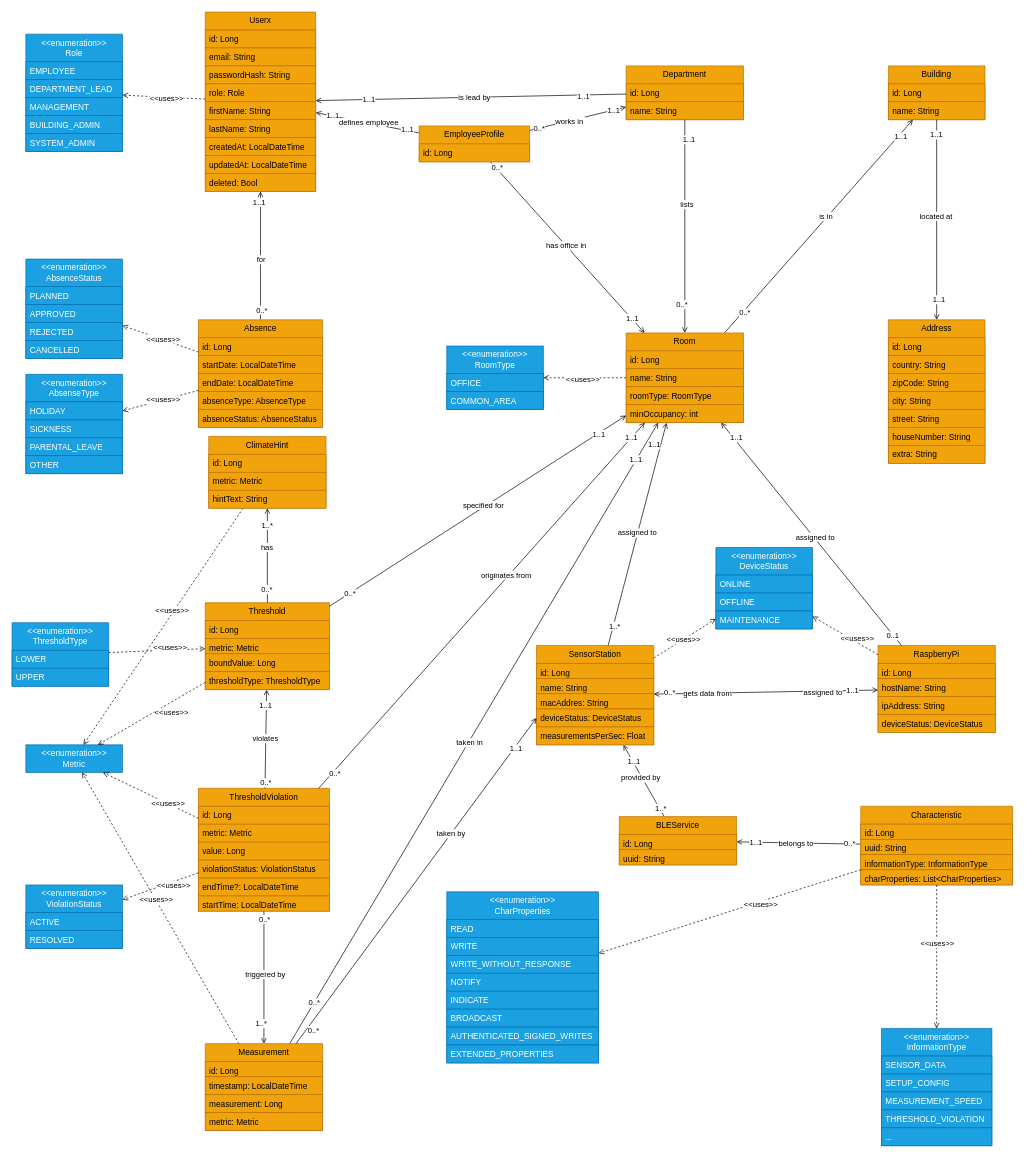
The draw.io diagram docs/Softwarekonzept_V2/images/climate-canary-webapp-backend .drawio in adriano-paganini/ClimateCanary, before the edit. Source tidied: cells renumbered, new cells numbered last; positions are measured from the earlier drawing's top-left corner, leaving out a move shared by most shapes. Both pictures are drawn from the tidied source at 69%, with x=0, y=0 at pixel (12, 12).
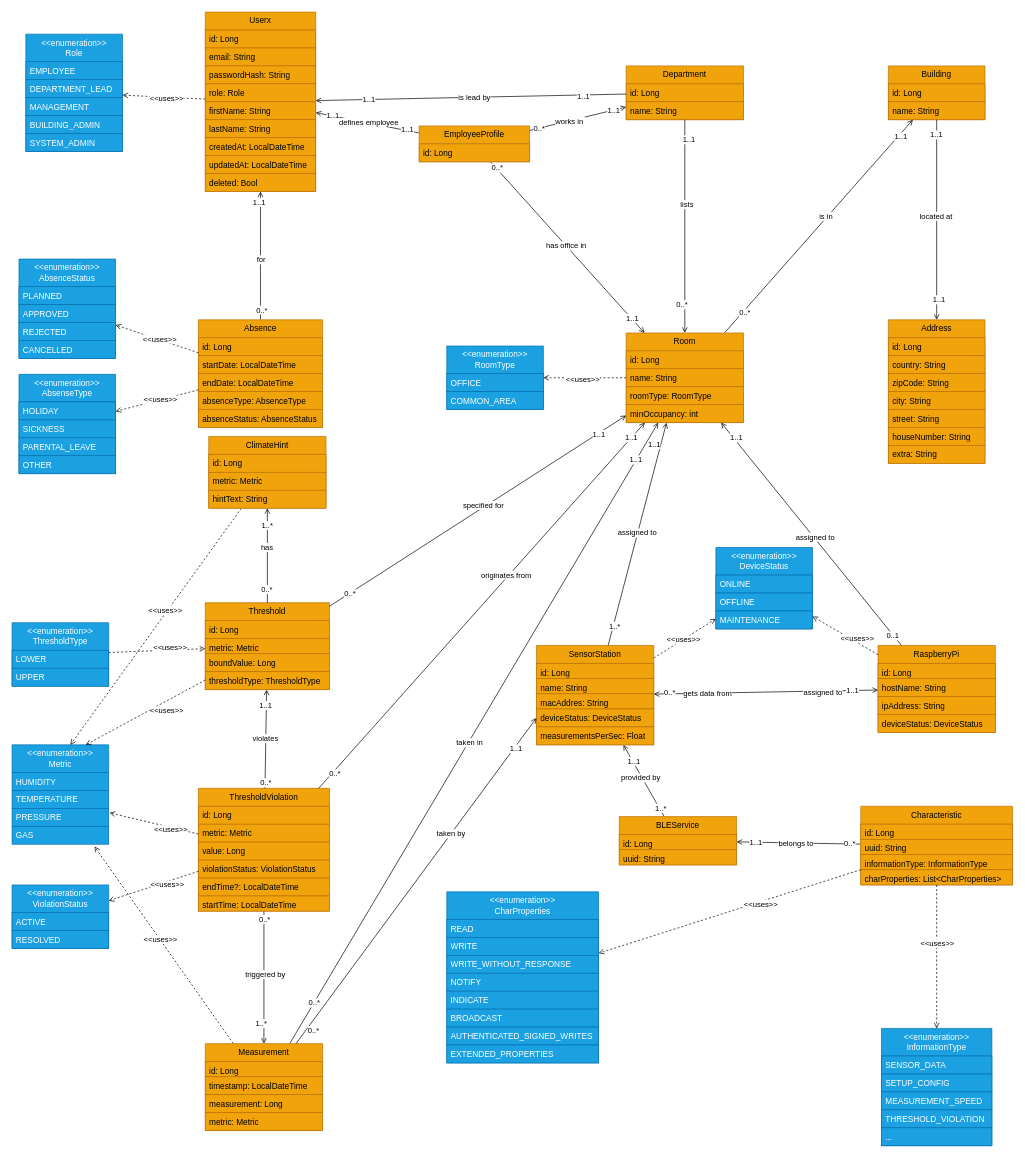
The same page after the edit.

Unchanged cells that the change refers to:
```xml
<mxCell id="98" value="Measurement" style="swimlane;fontStyle=0;horizontal=1;startSize=26;fillColor=#f0a30a;whiteSpace=wrap;html=1;fontColor=#000000;strokeColor=#BD7000;" parent="1" vertex="1">
  <mxGeometry x="280" y="1495" width="170" height="126" as="geometry" />
</mxCell>
<mxCell id="113" value="ThresholdViolation" style="swimlane;fontStyle=0;horizontal=1;startSize=26;fillColor=#f0a30a;whiteSpace=wrap;html=1;fontColor=#000000;strokeColor=#BD7000;" parent="1" vertex="1">
  <mxGeometry x="270" y="1125" width="190" height="178" as="geometry" />
</mxCell>
```

Change to the diagram source:
```diff
@@
     <mxCell id="18" value="&lt;div&gt;&amp;lt;&amp;lt;enumeration&amp;gt;&amp;gt;&lt;/div&gt;AbsenseType" style="swimlane;fontStyle=0;horizontal=1;startSize=40;fillColor=#1ba1e2;whiteSpace=wrap;html=1;fontColor=#ffffff;strokeColor=#006EAF;" parent="1" vertex="1">
-      <mxGeometry x="20" y="525" width="140" height="144" as="geometry" />
+      <mxGeometry x="10" y="525" width="140" height="144" as="geometry" />
     </mxCell>
@@
-    <mxCell id="92" style="rounded=0;jettySize=auto;html=1;dashed=1;endArrow=open;endFill=0;" parent="1" edge="1" source="98" target="108">
+    <mxCell id="92" style="rounded=0;jettySize=auto;html=1;dashed=1;endArrow=open;endFill=0;entryX=0.853;entryY=1.127;entryDx=0;entryDy=0;entryPerimeter=0;" parent="1" edge="1" source="98" target="235">
       <mxGeometry relative="1" as="geometry" />
     </mxCell>
@@
     <mxCell id="108" value="&lt;div&gt;&amp;lt;&amp;lt;enumeration&amp;gt;&amp;gt;&lt;/div&gt;Metric" style="swimlane;fontStyle=0;horizontal=1;startSize=40;fillColor=#1ba1e2;whiteSpace=wrap;html=1;fontColor=#ffffff;strokeColor=#006EAF;" parent="1" vertex="1" collapsed="1">
-      <mxGeometry x="20" y="1062" width="140" height="40" as="geometry" />
+      <mxGeometry y="1062" width="140" height="40" as="geometry" />
     </mxCell>
@@
     <mxCell id="124" value="&lt;div&gt;&amp;lt;&amp;lt;enumeration&amp;gt;&amp;gt;&lt;/div&gt;ViolationStatus" style="swimlane;fontStyle=0;horizontal=1;startSize=40;fillColor=#1ba1e2;whiteSpace=wrap;html=1;fontColor=#ffffff;strokeColor=#006EAF;" parent="1" vertex="1">
-      <mxGeometry x="20" y="1265" width="140" height="92" as="geometry" />
+      <mxGeometry y="1265" width="140" height="92" as="geometry" />
     </mxCell>
@@
     <mxCell id="149" value="&lt;div&gt;&amp;lt;&amp;lt;enumeration&amp;gt;&amp;gt;&lt;/div&gt;AbsenceStatus" style="swimlane;fontStyle=0;horizontal=1;startSize=40;fillColor=#1ba1e2;whiteSpace=wrap;html=1;fontColor=#ffffff;strokeColor=#006EAF;" parent="1" vertex="1">
-      <mxGeometry x="20" y="358" width="140" height="144" as="geometry" />
+      <mxGeometry x="10" y="358" width="140" height="144" as="geometry" />
     </mxCell>
@@
-    <mxCell id="165" style="rounded=0;jettySize=auto;html=1;dashed=1;endArrow=open;endFill=0;" parent="1" edge="1" source="113" target="108">
+    <mxCell id="165" style="rounded=0;jettySize=auto;html=1;dashed=1;endArrow=open;endFill=0;entryX=1.008;entryY=0.246;entryDx=0;entryDy=0;entryPerimeter=0;" parent="1" edge="1" source="113" target="236">
       <mxGeometry relative="1" as="geometry" />
     </mxCell>
@@
+    <mxCell id="233" value="HUMIDITY" style="text;strokeColor=#006EAF;fillColor=#1ba1e2;align=left;verticalAlign=top;spacingLeft=4;spacingRight=4;overflow=hidden;whiteSpace=wrap;html=1;fontColor=#ffffff;" parent="1" vertex="1">
+      <mxGeometry y="1102" width="140" height="26" as="geometry" />
+    </mxCell>
+    <mxCell id="234" value="TEMPERATURE" style="text;strokeColor=#006EAF;fillColor=#1ba1e2;align=left;verticalAlign=top;spacingLeft=4;spacingRight=4;overflow=hidden;whiteSpace=wrap;html=1;fontColor=#ffffff;" parent="1" vertex="1">
+      <mxGeometry y="1128" width="140" height="26" as="geometry" />
+    </mxCell>
+    <mxCell id="235" value="GAS" style="text;strokeColor=#006EAF;fillColor=#1ba1e2;align=left;verticalAlign=top;spacingLeft=4;spacingRight=4;overflow=hidden;points=[[0,0.5],[1,0.5]];portConstraint=eastwest;whiteSpace=wrap;html=1;fontColor=#ffffff;" parent="1" vertex="1">
+      <mxGeometry y="1180" width="140" height="26" as="geometry" />
+    </mxCell>
+    <mxCell id="236" value="PRESSURE" style="text;strokeColor=#006EAF;fillColor=#1ba1e2;align=left;verticalAlign=top;spacingLeft=4;spacingRight=4;overflow=hidden;points=[[0,0.5],[1,0.5]];portConstraint=eastwest;whiteSpace=wrap;html=1;fontColor=#ffffff;" parent="1" vertex="1">
+      <mxGeometry y="1154" width="140" height="26" as="geometry" />
+    </mxCell>
```
